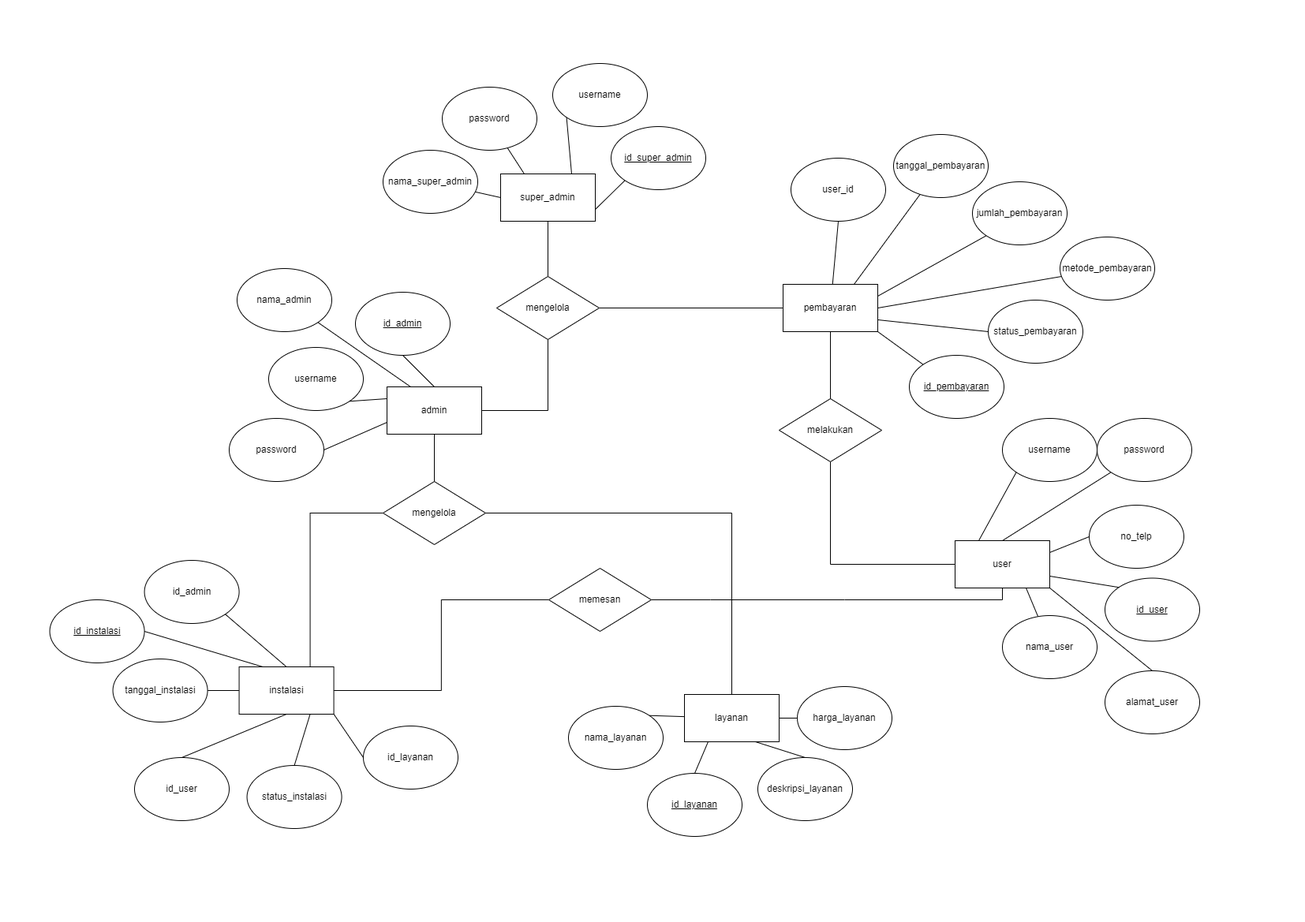
Earlier version of the draw.io export DIAGRAM/ERD.drawio.png (iancasyana16/PROYEK-3). Source tidied: cells renumbered, new cells last; positions are measured from the earlier drawing's top-left corner, leaving out a move shared by most shapes.
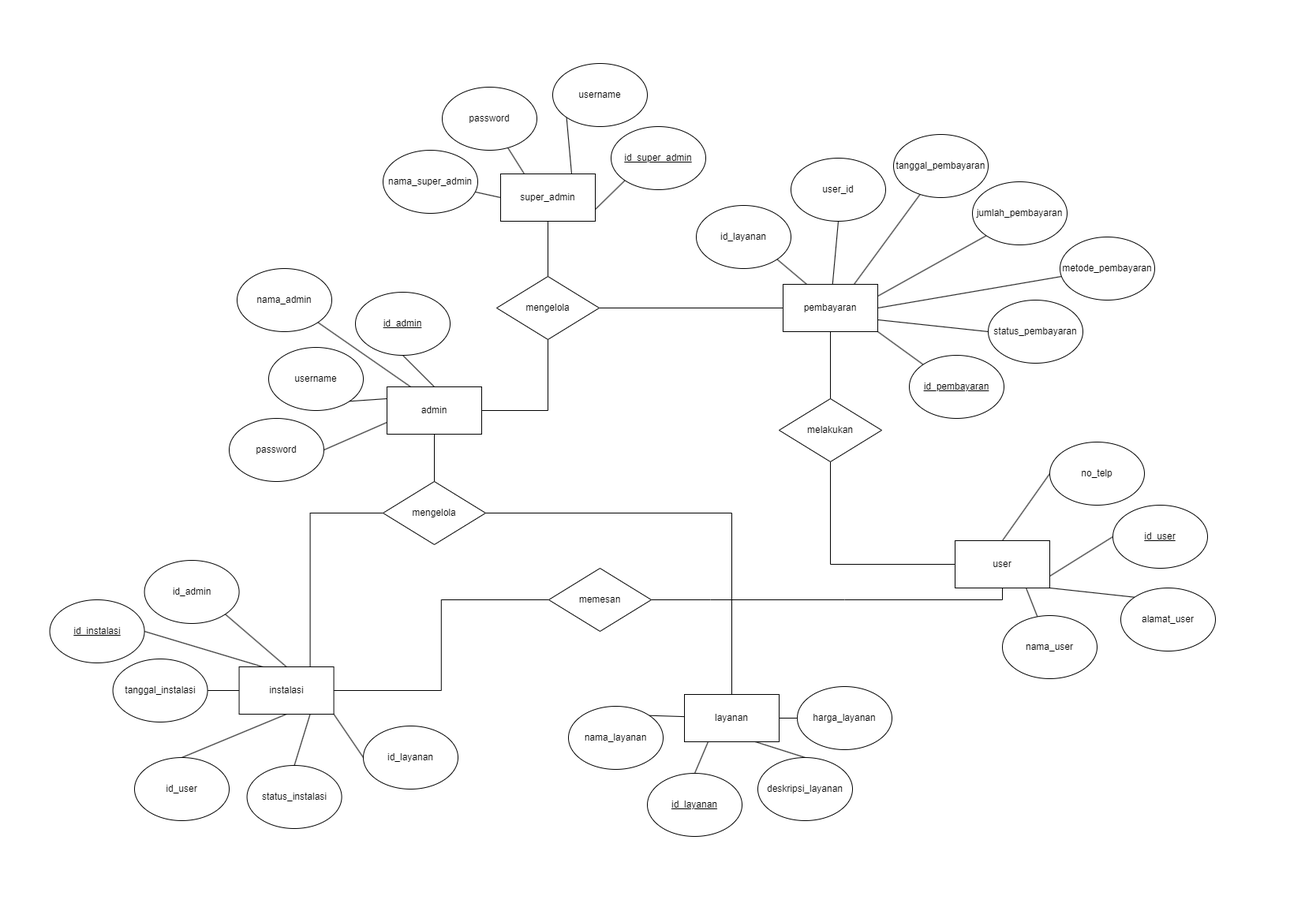
Later version of the same file.

Diff of the diagram source:
```diff
@@ -14,13 +14,10 @@
     <mxCell id="5" value="nama_admin" style="ellipse;whiteSpace=wrap;html=1;" parent="1" vertex="1">
       <mxGeometry x="237" y="260" width="120" height="80" as="geometry" />
     </mxCell>
-    <mxCell id="6" style="rounded=0;jettySize=auto;html=1;exitX=0.5;exitY=0;exitDx=0;exitDy=0;entryX=0;entryY=1;entryDx=0;entryDy=0;endArrow=none;endFill=0;" parent="1" edge="1" source="12" target="18">
-      <mxGeometry relative="1" as="geometry" />
-    </mxCell>
-    <mxCell id="7" style="rounded=0;jettySize=auto;html=1;exitX=1;exitY=0.25;exitDx=0;exitDy=0;entryX=0;entryY=0.5;entryDx=0;entryDy=0;endArrow=none;endFill=0;" parent="1" edge="1" source="12" target="14">
+    <mxCell id="7" style="rounded=0;jettySize=auto;html=1;exitX=0.5;exitY=0;exitDx=0;exitDy=0;entryX=0;entryY=0.5;entryDx=0;entryDy=0;endArrow=none;endFill=0;" parent="1" edge="1" source="12" target="14">
       <mxGeometry relative="1" as="geometry" />
     </mxCell>
-    <mxCell id="8" style="rounded=0;jettySize=auto;html=1;exitX=1;exitY=0.75;exitDx=0;exitDy=0;entryX=0;entryY=0;entryDx=0;entryDy=0;endArrow=none;endFill=0;" parent="1" edge="1" source="12" target="13">
+    <mxCell id="8" style="rounded=0;jettySize=auto;html=1;exitX=1;exitY=0.75;exitDx=0;exitDy=0;entryX=0;entryY=0.5;entryDx=0;entryDy=0;endArrow=none;endFill=0;" parent="1" edge="1" source="12" target="13">
       <mxGeometry relative="1" as="geometry" />
     </mxCell>
     <mxCell id="9" style="rounded=0;jettySize=auto;html=1;exitX=0.75;exitY=1;exitDx=0;exitDy=0;endArrow=none;endFill=0;" parent="1" edge="1" source="12" target="15">
@@ -42,10 +39,10 @@
       <mxGeometry x="1147" y="605" width="120" height="60" as="geometry" />
     </mxCell>
     <mxCell id="13" value="id_user" style="ellipse;whiteSpace=wrap;html=1;fontStyle=4;" parent="1" vertex="1">
-      <mxGeometry x="1337" y="652.5" width="120" height="80" as="geometry" />
+      <mxGeometry x="1347" y="560" width="120" height="80" as="geometry" />
     </mxCell>
     <mxCell id="14" value="no_telp" style="ellipse;whiteSpace=wrap;html=1;" parent="1" vertex="1">
-      <mxGeometry x="1317" y="560" width="120" height="80" as="geometry" />
+      <mxGeometry x="1267" y="480" width="120" height="80" as="geometry" />
     </mxCell>
     <mxCell id="15" value="nama_user" style="ellipse;whiteSpace=wrap;html=1;" parent="1" vertex="1">
       <mxGeometry x="1207" y="700" width="120" height="80" as="geometry" />
@@ -56,9 +53,6 @@
     <mxCell id="17" value="id_layanan" style="ellipse;whiteSpace=wrap;html=1;fontStyle=4;" parent="1" vertex="1">
       <mxGeometry x="757" y="900" width="120" height="80" as="geometry" />
     </mxCell>
-    <mxCell id="18" value="password" style="ellipse;whiteSpace=wrap;html=1;" parent="1" vertex="1">
-      <mxGeometry x="1327" y="450" width="120" height="80" as="geometry" />
-    </mxCell>
     <mxCell id="19" value="username" style="ellipse;whiteSpace=wrap;html=1;" parent="1" vertex="1">
       <mxGeometry x="277" y="360" width="120" height="80" as="geometry" />
     </mxCell>
@@ -122,7 +116,7 @@
     <mxCell id="39" style="edgeStyle=orthogonalEdgeStyle;rounded=1;jettySize=auto;html=1;exitX=0;exitY=0.5;exitDx=0;exitDy=0;entryX=1;entryY=0.5;entryDx=0;entryDy=0;endArrow=none;endFill=0;curved=0;" parent="1" edge="1" source="44" target="59">
       <mxGeometry relative="1" as="geometry" />
     </mxCell>
-    <mxCell id="40" style="rounded=0;jettySize=auto;html=1;exitX=1;exitY=1;exitDx=0;exitDy=0;entryX=0.5;entryY=0;entryDx=0;entryDy=0;endArrow=none;endFill=0;" parent="1" edge="1" source="12" target="61">
+    <mxCell id="40" style="rounded=0;jettySize=auto;html=1;exitX=1;exitY=1;exitDx=0;exitDy=0;entryX=0;entryY=0;entryDx=0;entryDy=0;endArrow=none;endFill=0;" parent="1" edge="1" source="12" target="61">
       <mxGeometry relative="1" as="geometry" />
     </mxCell>
     <mxCell id="41" style="rounded=0;jettySize=auto;html=1;exitX=0.5;exitY=1;exitDx=0;exitDy=0;entryX=0.5;entryY=0;entryDx=0;entryDy=0;endArrow=none;endFill=0;" parent="1" edge="1" source="44" target="62">
@@ -186,7 +180,7 @@
       <mxGeometry x="249.6" y="890" width="120" height="80" as="geometry" />
     </mxCell>
     <mxCell id="61" value="alamat_user" style="ellipse;whiteSpace=wrap;html=1;" parent="1" vertex="1">
-      <mxGeometry x="1337" y="770" width="120" height="80" as="geometry" />
+      <mxGeometry x="1357" y="665" width="120" height="80" as="geometry" />
     </mxCell>
     <mxCell id="62" value="id_user" style="ellipse;whiteSpace=wrap;html=1;" parent="1" vertex="1">
       <mxGeometry x="107" y="880" width="120" height="80" as="geometry" />
@@ -246,11 +240,11 @@
     <mxCell id="79" style="endArrow=none;html=1;rounded=0;entryX=1;entryY=1;entryDx=0;entryDy=0;exitX=0.5;exitY=0;exitDx=0;exitDy=0;" parent="1" edge="1" source="44" target="78">
       <mxGeometry relative="1" as="geometry" />
     </mxCell>
-    <mxCell id="80" value="username" style="ellipse;whiteSpace=wrap;html=1;" parent="1" vertex="1">
-      <mxGeometry x="1207" y="450" width="120" height="80" as="geometry" />
-    </mxCell>
-    <mxCell id="81" style="rounded=0;jettySize=auto;html=1;exitX=0.25;exitY=0;exitDx=0;exitDy=0;entryX=0;entryY=1;entryDx=0;entryDy=0;endArrow=none;endFill=0;" parent="1" edge="1" source="12" target="80">
-      <mxGeometry relative="1" as="geometry" />
-    </mxCell>
+    <mxCell id="82" value="id_layanan" style="ellipse;whiteSpace=wrap;html=1;fontStyle=0;" parent="1" vertex="1">
+      <mxGeometry x="819" y="180" width="120" height="80" as="geometry" />
+    </mxCell>
+    <mxCell id="83" style="rounded=0;jettySize=auto;html=1;exitX=0.25;exitY=0;exitDx=0;exitDy=0;entryX=1;entryY=1;entryDx=0;entryDy=0;endArrow=none;endFill=0;" parent="1" edge="1" source="37" target="82">
+      <mxGeometry relative="1" as="geometry" />
+    </mxCell>
   </root>
 </mxGraphModel>
```
